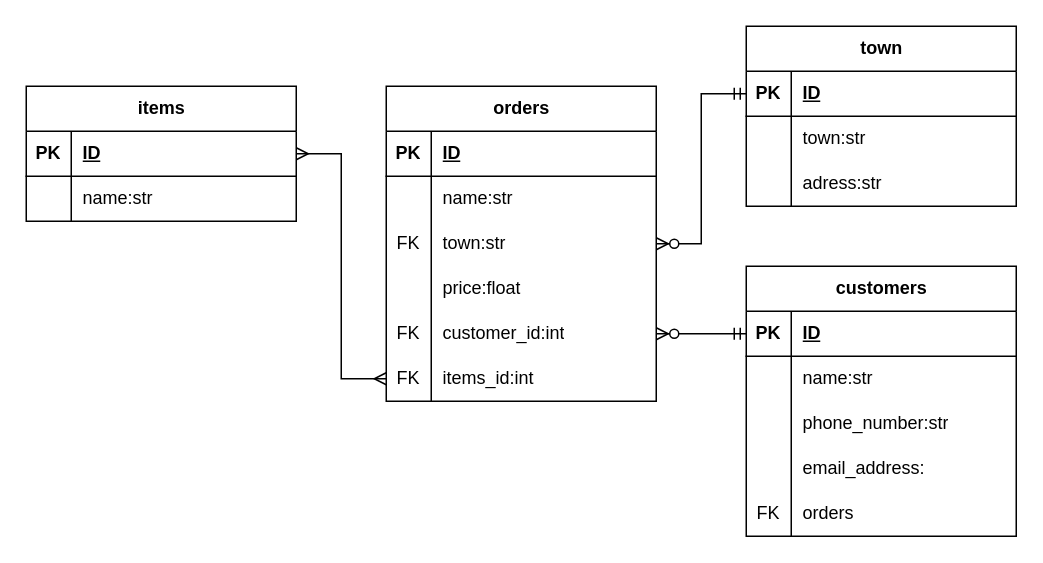
Before: Диаграмма для тестового задания.drawio in pytonuserouner/UML_study, a draw.io diagram. Source tidied: cells renumbered, new cells numbered last; positions are measured from the earlier drawing's top-left corner, leaving out a move shared by most shapes. Both pictures are drawn from the tidied source at 150%, with x=0, y=0 at pixel (26, 26).
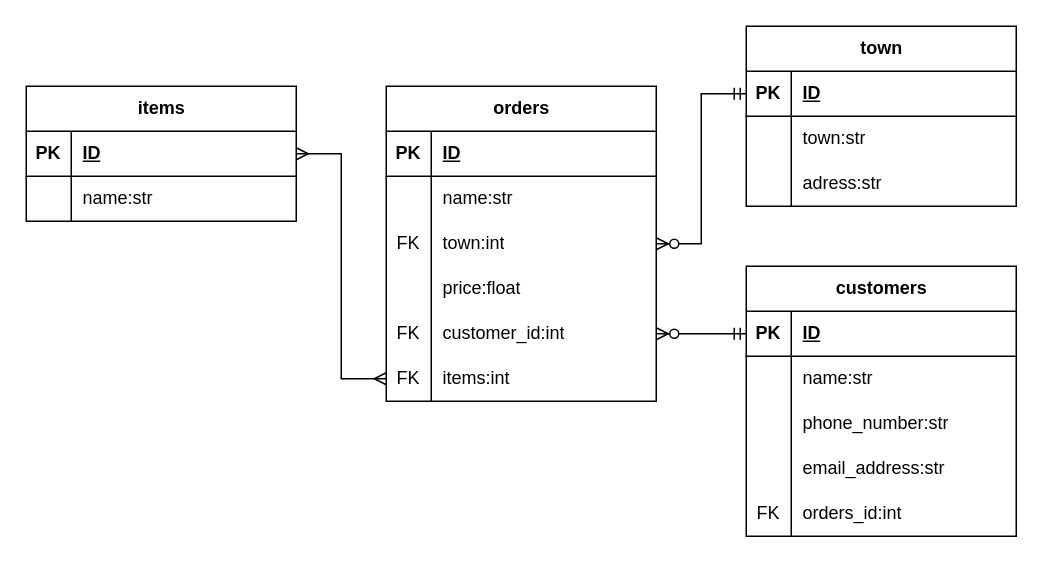
Above is the later version.

Unchanged cells that the change refers to:
```xml
<mxCell id="10" style="shape=tableRow;horizontal=0;startSize=0;swimlaneHead=0;swimlaneBody=0;fillColor=none;points=[[0,0.5],[1,0.5]];portConstraint=eastwest;top=0;left=0;right=0;bottom=0;" parent="3" vertex="1">
  <mxGeometry y="90" width="180" height="30" as="geometry" />
</mxCell>
<mxCell id="19" style="shape=tableRow;horizontal=0;startSize=0;swimlaneHead=0;swimlaneBody=0;fillColor=none;points=[[0,0.5],[1,0.5]];portConstraint=eastwest;top=0;left=0;right=0;bottom=0;" parent="3" vertex="1">
  <mxGeometry y="180" width="180" height="30" as="geometry" />
</mxCell>
<mxCell id="39" style="shape=tableRow;horizontal=0;startSize=0;swimlaneHead=0;swimlaneBody=0;fillColor=none;top=0;left=0;right=0;bottom=0;" parent="29" vertex="1">
  <mxGeometry y="120" width="180" height="30" as="geometry" />
</mxCell>
<mxCell id="42" style="shape=tableRow;horizontal=0;startSize=0;swimlaneHead=0;swimlaneBody=0;fillColor=none;top=0;left=0;right=0;bottom=0;" parent="29" vertex="1">
  <mxGeometry y="150" width="180" height="30" as="geometry" />
</mxCell>
```

Change to the diagram source:
```diff
@@
-    <mxCell id="12" value="town:str" style="shape=partialRectangle;fillColor=none;top=0;left=0;bottom=0;right=0;align=left;spacingLeft=6;overflow=hidden;whiteSpace=wrap;html=1;" parent="10" vertex="1">
+    <mxCell id="12" value="town:int" style="shape=partialRectangle;fillColor=none;top=0;left=0;bottom=0;right=0;align=left;spacingLeft=6;overflow=hidden;whiteSpace=wrap;html=1;" parent="10" vertex="1">
       <mxGeometry x="30" width="150" height="30" as="geometry" />
     </mxCell>
@@
-    <mxCell id="21" value="items_id:int" style="shape=partialRectangle;fillColor=none;top=0;left=0;bottom=0;right=0;align=left;spacingLeft=6;overflow=hidden;whiteSpace=wrap;html=1;" parent="19" vertex="1">
+    <mxCell id="21" value="items:int" style="shape=partialRectangle;fillColor=none;top=0;left=0;bottom=0;right=0;align=left;spacingLeft=6;overflow=hidden;whiteSpace=wrap;html=1;" parent="19" vertex="1">
       <mxGeometry x="30" width="150" height="30" as="geometry" />
     </mxCell>
@@
-    <mxCell id="41" value="&lt;span style=&quot;text-wrap-mode: nowrap;&quot;&gt;email_address:&lt;/span&gt;" style="shape=partialRectangle;fillColor=none;top=0;left=0;bottom=0;right=0;align=left;spacingLeft=6;overflow=hidden;whiteSpace=wrap;html=1;" parent="39" vertex="1">
+    <mxCell id="41" value="&lt;span style=&quot;text-wrap-mode: nowrap;&quot;&gt;email_address:str&lt;/span&gt;" style="shape=partialRectangle;fillColor=none;top=0;left=0;bottom=0;right=0;align=left;spacingLeft=6;overflow=hidden;whiteSpace=wrap;html=1;" parent="39" vertex="1">
       <mxGeometry x="30" width="150" height="30" as="geometry" />
     </mxCell>
@@
-    <mxCell id="44" value="&lt;span style=&quot;text-wrap-mode: nowrap;&quot;&gt;orders&lt;/span&gt;" style="shape=partialRectangle;fillColor=none;top=0;left=0;bottom=0;right=0;align=left;spacingLeft=6;overflow=hidden;whiteSpace=wrap;html=1;" parent="42" vertex="1">
+    <mxCell id="44" value="&lt;span style=&quot;text-wrap-mode: nowrap;&quot;&gt;orders_id:int&lt;/span&gt;" style="shape=partialRectangle;fillColor=none;top=0;left=0;bottom=0;right=0;align=left;spacingLeft=6;overflow=hidden;whiteSpace=wrap;html=1;" parent="42" vertex="1">
       <mxGeometry x="30" width="150" height="30" as="geometry" />
     </mxCell>
```
